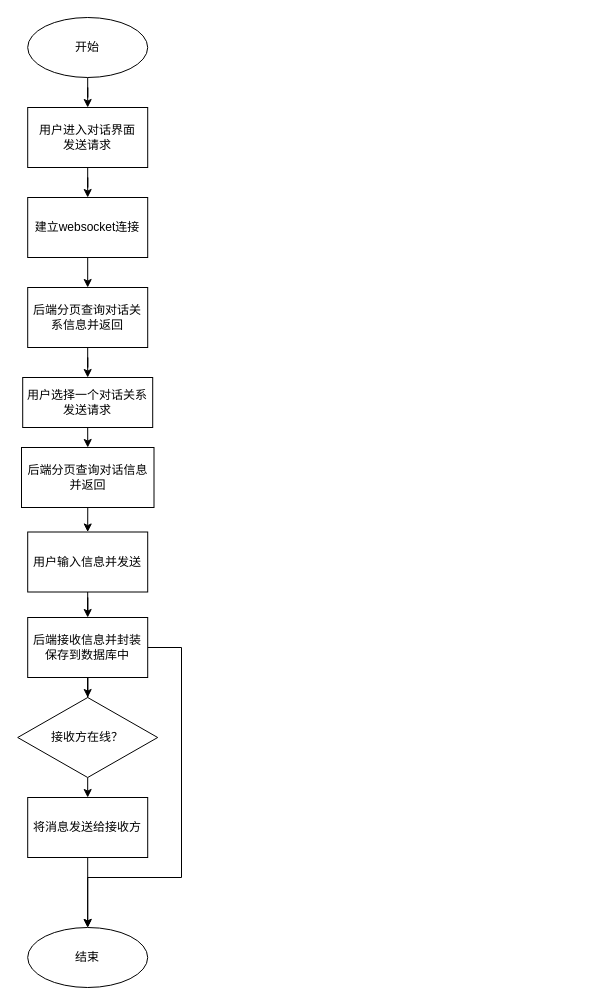
Before: page "对话模块" (3 of 11) of 校园信息发布平台流程图.drawio in zzsbz/infodeli_drawio, a draw.io diagram. Source tidied: cells renumbered, new cells numbered last; positions are measured from the earlier drawing's top-left corner, leaving out a move shared by most shapes. Both pictures are drawn from the tidied source at 100%, with x=0, y=0 at pixel (17, 17).
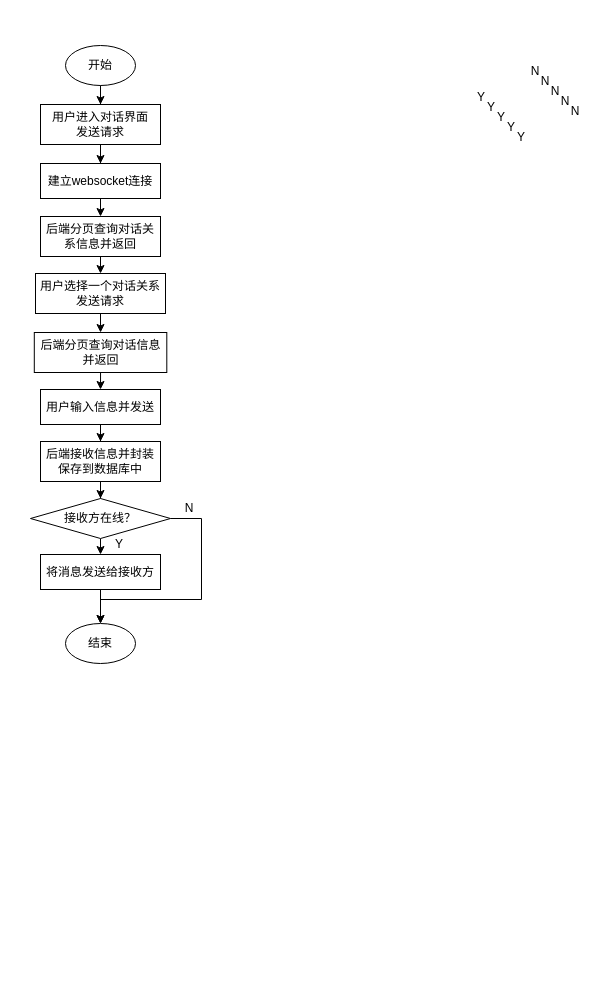
The same diagram, later.

What changed in the source:
```diff
@@
     <mxCell id="3" value="开始" style="ellipse;whiteSpace=wrap;html=1;" parent="1" vertex="1">
-      <mxGeometry x="10.2" width="120" height="60" as="geometry" />
+      <mxGeometry x="48" y="28" width="70" height="40" as="geometry" />
     </mxCell>
     <mxCell id="4" value="结束" style="ellipse;whiteSpace=wrap;html=1;" parent="1" vertex="1">
-      <mxGeometry x="10.2" y="910" width="120" height="60" as="geometry" />
+      <mxGeometry x="48" y="606" width="70" height="40" as="geometry" />
     </mxCell>
@@
     <mxCell id="6" value="用户进入对话界面&lt;br&gt;发送请求" style="rounded=0;whiteSpace=wrap;html=1;" parent="1" vertex="1">
-      <mxGeometry x="10.2" y="90" width="120" height="60" as="geometry" />
+      <mxGeometry x="23" y="87" width="120" height="40" as="geometry" />
     </mxCell>
@@
     <mxCell id="8" value="用户选择一个对话关系&lt;br&gt;发送请求" style="rounded=0;whiteSpace=wrap;html=1;" parent="1" vertex="1">
-      <mxGeometry x="5.2" y="360" width="130" height="50" as="geometry" />
+      <mxGeometry x="18" y="256" width="130" height="40" as="geometry" />
     </mxCell>
-    <mxCell id="9" style="edgeStyle=orthogonalEdgeStyle;rounded=0;jettySize=auto;html=1;exitX=0.5;exitY=1;exitDx=0;exitDy=0;" parent="1" edge="1" source="10" target="8">
+    <mxCell id="9" style="edgeStyle=orthogonalEdgeStyle;rounded=0;jettySize=auto;html=1;exitX=0.5;exitY=1;exitDx=0;exitDy=0;entryX=0.5;entryY=0;entryDx=0;entryDy=0;endArrow=classic;endFill=1;" parent="1" edge="1" source="10" target="8">
       <mxGeometry relative="1" as="geometry" />
     </mxCell>
     <mxCell id="10" value="后端分页查询对话关系信息并返回" style="rounded=0;whiteSpace=wrap;html=1;" parent="1" vertex="1">
-      <mxGeometry x="10.2" y="270" width="120" height="60" as="geometry" />
+      <mxGeometry x="23" y="199" width="120" height="40" as="geometry" />
     </mxCell>
@@
     <mxCell id="12" value="后端分页查询对话信息并返回" style="rounded=0;whiteSpace=wrap;html=1;" parent="1" vertex="1">
-      <mxGeometry x="4" y="430" width="132.5" height="60" as="geometry" />
+      <mxGeometry x="16.8" y="315" width="132.5" height="40" as="geometry" />
     </mxCell>
@@
     <mxCell id="14" value="用户输入信息并发送" style="rounded=0;whiteSpace=wrap;html=1;" parent="1" vertex="1">
-      <mxGeometry x="10.2" y="514.5" width="120" height="60" as="geometry" />
+      <mxGeometry x="23" y="372" width="120" height="35" as="geometry" />
     </mxCell>
@@
-    <mxCell id="16" style="edgeStyle=orthogonalEdgeStyle;rounded=0;jettySize=auto;html=1;exitX=1;exitY=0.5;exitDx=0;exitDy=0;entryX=0.5;entryY=0;entryDx=0;entryDy=0;" parent="1" edge="1" source="17" target="4">
-      <mxGeometry relative="1" as="geometry">
-        <Array as="points">
-          <mxPoint x="164" y="630" />
-          <mxPoint x="164" y="860" />
-          <mxPoint x="70" y="860" />
-        </Array>
-      </mxGeometry>
-    </mxCell>
     <mxCell id="17" value="后端接收信息并封装保存到数据库中" style="rounded=0;whiteSpace=wrap;html=1;" parent="1" vertex="1">
-      <mxGeometry x="10.2" y="600" width="120" height="60" as="geometry" />
+      <mxGeometry x="23" y="424" width="120" height="40" as="geometry" />
     </mxCell>
@@
+    <mxCell id="24" style="edgeStyle=orthogonalEdgeStyle;rounded=0;jettySize=auto;html=1;exitX=1;exitY=0.5;exitDx=0;exitDy=0;endArrow=classic;endFill=1;" parent="1" edge="1" source="19" target="4">
+      <mxGeometry relative="1" as="geometry">
+        <Array as="points">
+          <mxPoint x="184" y="501" />
+          <mxPoint x="184" y="582" />
+          <mxPoint x="83" y="582" />
+        </Array>
+      </mxGeometry>
+    </mxCell>
     <mxCell id="19" value="接收方在线？" style="rhombus;whiteSpace=wrap;html=1;" parent="1" vertex="1">
-      <mxGeometry x="0.2" y="680" width="140" height="80" as="geometry" />
+      <mxGeometry x="13" y="481" width="140" height="40" as="geometry" />
     </mxCell>
@@
     <mxCell id="21" value="建立websocket连接" style="rounded=0;whiteSpace=wrap;html=1;" parent="1" vertex="1">
-      <mxGeometry x="10.2" y="180" width="120" height="60" as="geometry" />
+      <mxGeometry x="23" y="146" width="120" height="35" as="geometry" />
     </mxCell>
@@
     <mxCell id="23" value="将消息发送给接收方" style="rounded=0;whiteSpace=wrap;html=1;" parent="1" vertex="1">
-      <mxGeometry x="10.2" y="780" width="120" height="60" as="geometry" />
+      <mxGeometry x="23" y="537" width="120" height="35" as="geometry" />
     </mxCell>
+    <mxCell id="25" value="Y" style="text;html=1;strokeColor=none;fillColor=none;align=center;verticalAlign=middle;whiteSpace=wrap;rounded=0;" parent="1" vertex="1">
+      <mxGeometry x="444" y="70" width="40" height="20" as="geometry" />
+    </mxCell>
+    <mxCell id="26" value="N" style="text;html=1;strokeColor=none;fillColor=none;align=center;verticalAlign=middle;whiteSpace=wrap;rounded=0;" parent="1" vertex="1">
+      <mxGeometry x="499" y="44" width="38" height="20" as="geometry" />
+    </mxCell>
+    <mxCell id="27" value="Y" style="text;html=1;strokeColor=none;fillColor=none;align=center;verticalAlign=middle;whiteSpace=wrap;rounded=0;" parent="1" vertex="1">
+      <mxGeometry x="454" y="80" width="40" height="20" as="geometry" />
+    </mxCell>
+    <mxCell id="28" value="N" style="text;html=1;strokeColor=none;fillColor=none;align=center;verticalAlign=middle;whiteSpace=wrap;rounded=0;" parent="1" vertex="1">
+      <mxGeometry x="509" y="54" width="38" height="20" as="geometry" />
+    </mxCell>
+    <mxCell id="29" value="Y" style="text;html=1;strokeColor=none;fillColor=none;align=center;verticalAlign=middle;whiteSpace=wrap;rounded=0;" parent="1" vertex="1">
+      <mxGeometry x="464" y="90" width="40" height="20" as="geometry" />
+    </mxCell>
+    <mxCell id="30" value="N" style="text;html=1;strokeColor=none;fillColor=none;align=center;verticalAlign=middle;whiteSpace=wrap;rounded=0;" parent="1" vertex="1">
+      <mxGeometry x="519" y="64" width="38" height="20" as="geometry" />
+    </mxCell>
+    <mxCell id="31" value="Y" style="text;html=1;strokeColor=none;fillColor=none;align=center;verticalAlign=middle;whiteSpace=wrap;rounded=0;" parent="1" vertex="1">
+      <mxGeometry x="474" y="100" width="40" height="20" as="geometry" />
+    </mxCell>
+    <mxCell id="32" value="N" style="text;html=1;strokeColor=none;fillColor=none;align=center;verticalAlign=middle;whiteSpace=wrap;rounded=0;" parent="1" vertex="1">
+      <mxGeometry x="529" y="74" width="38" height="20" as="geometry" />
+    </mxCell>
+    <mxCell id="33" value="Y" style="text;html=1;strokeColor=none;fillColor=none;align=center;verticalAlign=middle;whiteSpace=wrap;rounded=0;" parent="1" vertex="1">
+      <mxGeometry x="484" y="110" width="40" height="20" as="geometry" />
+    </mxCell>
+    <mxCell id="34" value="N" style="text;html=1;strokeColor=none;fillColor=none;align=center;verticalAlign=middle;whiteSpace=wrap;rounded=0;" parent="1" vertex="1">
+      <mxGeometry x="539" y="84" width="38" height="20" as="geometry" />
+    </mxCell>
+    <mxCell id="35" value="Y" style="text;html=1;strokeColor=none;fillColor=none;align=center;verticalAlign=middle;whiteSpace=wrap;rounded=0;" parent="1" vertex="1">
+      <mxGeometry x="82" y="517" width="40" height="20" as="geometry" />
+    </mxCell>
+    <mxCell id="36" value="N" style="text;html=1;strokeColor=none;fillColor=none;align=center;verticalAlign=middle;whiteSpace=wrap;rounded=0;" parent="1" vertex="1">
+      <mxGeometry x="153" y="481" width="38" height="20" as="geometry" />
+    </mxCell>
```
